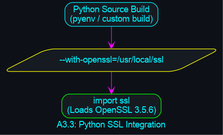
danindiana/hybrid-framework keeps this Graphviz diagram as diagrams/compilations/future_python_openssl_migration.png. Above is the earlier version. Its source is kept beside it as diagrams/compilations/future_python_openssl_migration.dot. The source it was exported from:
```dot
digraph FuturePython {
        graph [bgcolor="#0d1117", fontname="Helvetica", fontcolor="#00f2ff", label="A3.3: Python SSL Integration"];
        node [shape=box, style="filled,rounded", color="#00f2ff", fontcolor="#00f2ff", fillcolor="#161b22", fontname="Helvetica"];
        edge [color="#ff00ff", arrowhead=vee];

        Python_Build [label="Python Source Build\n(pyenv / custom build)"];
        SSL_Dir [label="--with-openssl=/usr/local/ssl", shape=parallelogram, color="#ffff00"];
        SSL_Module [label="import ssl\n(Loads OpenSSL 3.5.6)", color="#00ff00"];

        Python_Build -> SSL_Dir;
        SSL_Dir -> SSL_Module;
    }
```
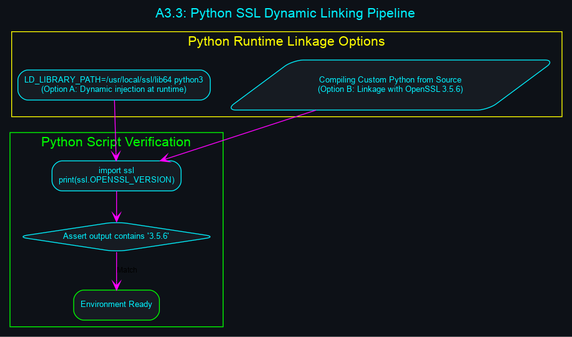
After the commit.

The edit, as a diff of the source:
```diff
@@ -1,12 +1,28 @@
 digraph FuturePython {
-        graph [bgcolor="#0d1117", fontname="Helvetica", fontcolor="#00f2ff", label="A3.3: Python SSL Integration"];
-        node [shape=box, style="filled,rounded", color="#00f2ff", fontcolor="#00f2ff", fillcolor="#161b22", fontname="Helvetica"];
-        edge [color="#ff00ff", arrowhead=vee];
+        graph [bgcolor="#0d1117", fontname="Helvetica", fontcolor="#00f2ff", label="A3.3: Python SSL Dynamic Linking Pipeline", labelloc="t", fontsize=16];
+        node [shape=box, style="filled,rounded", color="#00f2ff", fontcolor="#00f2ff", fillcolor="#161b22", fontname="Helvetica", fontsize=10];
+        edge [color="#ff00ff", arrowhead=vee, fontname="Helvetica", fontsize=9];
 
-        Python_Build [label="Python Source Build\n(pyenv / custom build)"];
-        SSL_Dir [label="--with-openssl=/usr/local/ssl", shape=parallelogram, color="#ffff00"];
-        SSL_Module [label="import ssl\n(Loads OpenSSL 3.5.6)", color="#00ff00"];
+        subgraph cluster_python_env {
+            label = "Python Runtime Linkage Options";
+            color = "#ffff00";
+            fontcolor = "#ffff00";
+            Option_Env [label="LD_LIBRARY_PATH=/usr/local/ssl/lib64 python3\n(Option A: Dynamic injection at runtime)"];
+            Option_Build [label="Compiling Custom Python from Source\n(Option B: Linkage with OpenSSL 3.5.6)", shape=parallelogram];
+        }
 
-        Python_Build -> SSL_Dir;
-        SSL_Dir -> SSL_Module;
+        subgraph cluster_python_verification {
+            label = "Python Script Verification";
+            color = "#00ff00";
+            fontcolor = "#00ff00";
+            Python_Script [label="import ssl\nprint(ssl.OPENSSL_VERSION)"];
+            Output_Check [label="Assert output contains '3.5.6'", shape=diamond];
+            Success [label="Environment Ready", color="#00ff00"];
+
+            Python_Script -> Output_Check;
+            Output_Check -> Success [label="Match"];
+        }
+
+        Option_Env -> Python_Script;
+        Option_Build -> Python_Script;
     }
```
